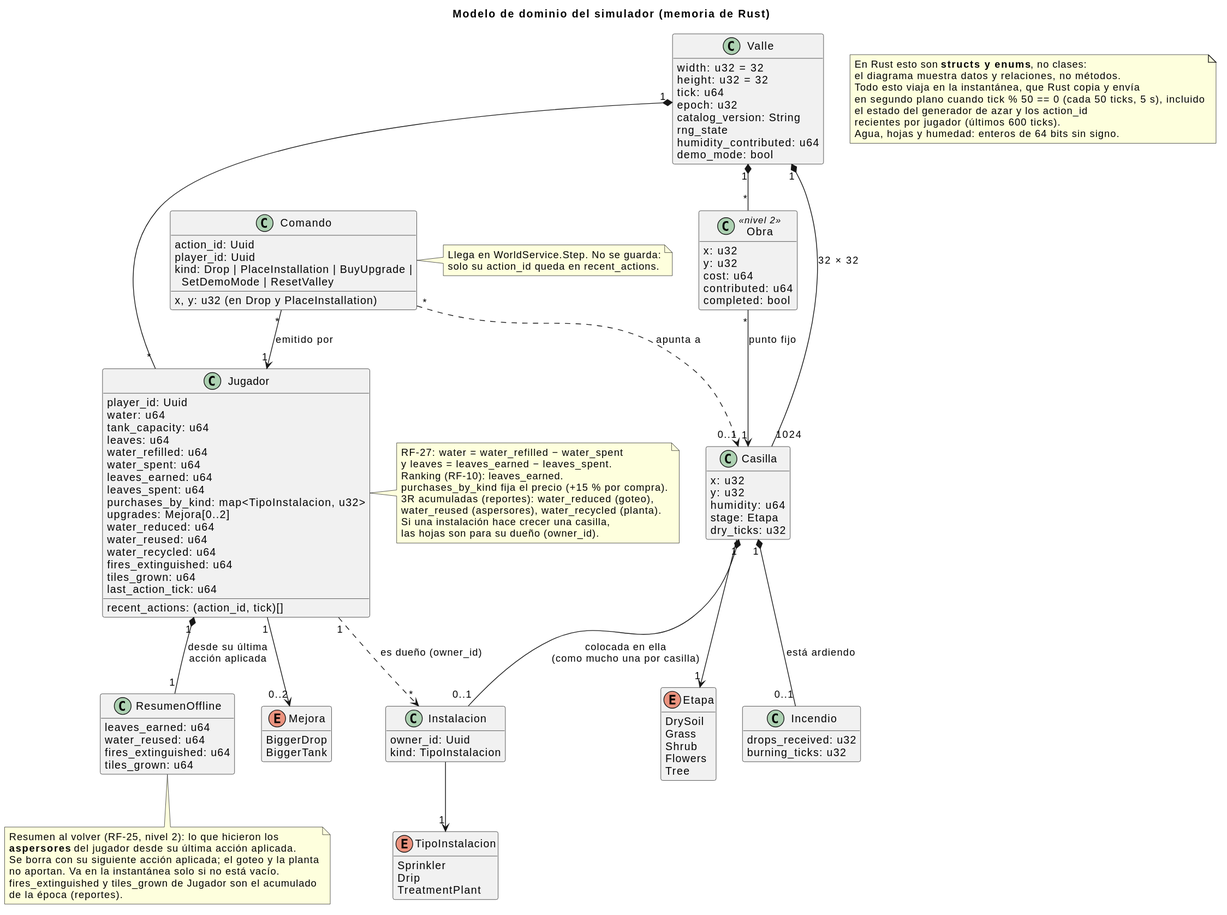
This is docs/diagrams/06-dominio-simulador.svg from iadev2005/hydrovalley, a PlantUML export, as it was before one commit.
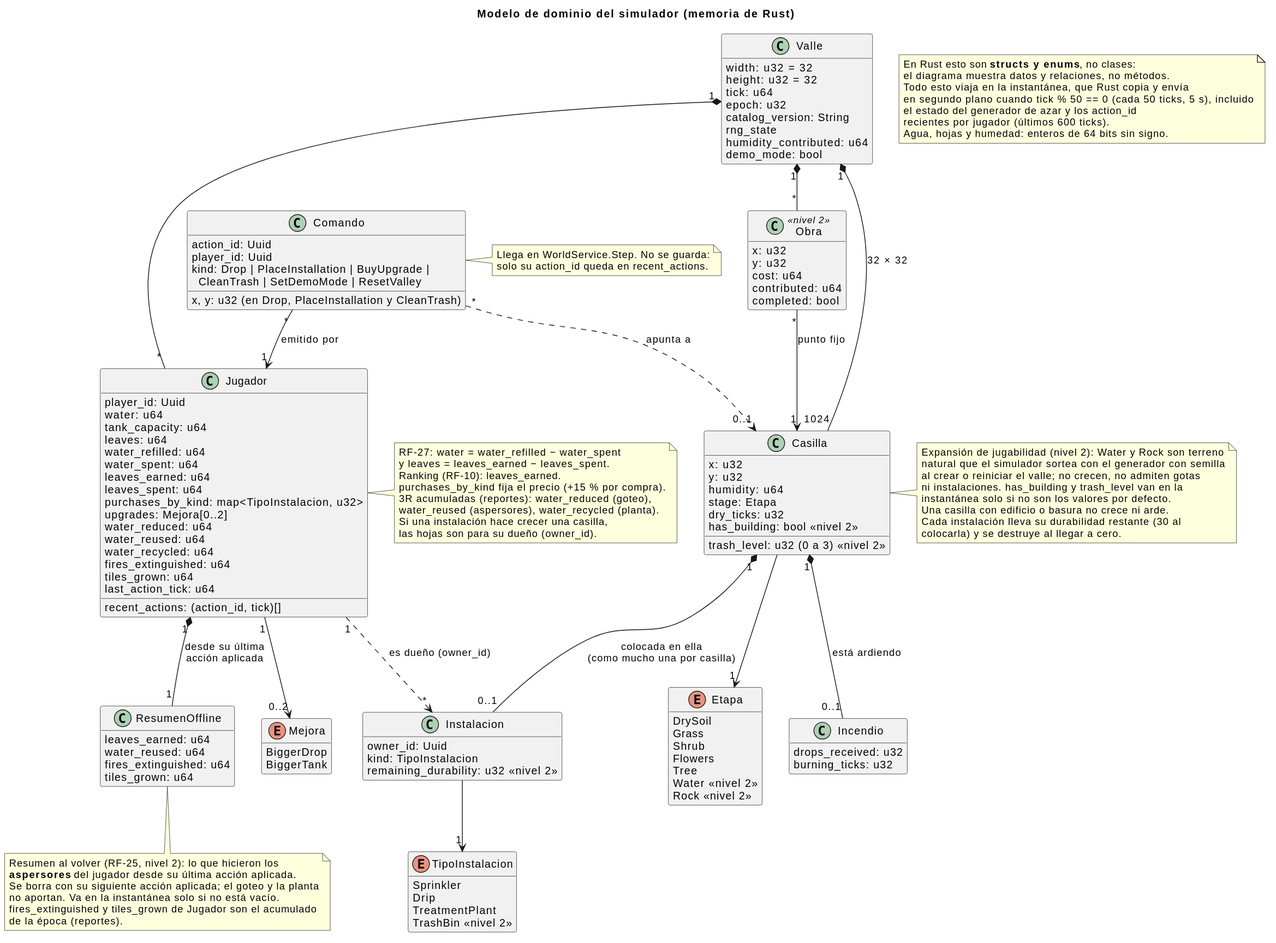
The same diagram one commit later.

Commit message:
docs(diagrams): regenerate the SVGs of diagrams 05 and 06

Change to the diagram source:
```diff
@@ -19,6 +19,8 @@
   humidity: u64
   stage: Etapa
   dry_ticks: u32
+  has_building: bool <<nivel 2>>
+  trash_level: u32 (0 a 3) <<nivel 2>>
 }
 
 enum Etapa {
@@ -27,6 +29,8 @@
   Shrub
   Flowers
   Tree
+  Water <<nivel 2>>
+  Rock <<nivel 2>>
 }
 
 class Jugador {
@@ -59,12 +63,14 @@
 class Instalacion {
   owner_id: Uuid
   kind: TipoInstalacion
+  remaining_durability: u32 <<nivel 2>>
 }
 
 enum TipoInstalacion {
   Sprinkler
   Drip
   TreatmentPlant
+  TrashBin <<nivel 2>>
 }
 
 enum Mejora {
@@ -75,8 +81,8 @@
 class Comando {
   action_id: Uuid
   player_id: Uuid
-  kind: Drop | PlaceInstallation | BuyUpgrade |\n  SetDemoMode | ResetValley
-  x, y: u32 (en Drop y PlaceInstallation)
+  kind: Drop | PlaceInstallation | BuyUpgrade |\n  CleanTrash | SetDemoMode | ResetValley
+  x, y: u32 (en Drop, PlaceInstallation y CleanTrash)
 }
 
 class Incendio {
@@ -136,6 +142,17 @@
   de la época (reportes).
 end note
 
+note right of Casilla
+  Expansión de jugabilidad (nivel 2): Water y Rock son terreno
+  natural que el simulador sortea con el generador con semilla
+  al crear o reiniciar el valle; no crecen, no admiten gotas
+  ni instalaciones. has_building y trash_level van en la
+  instantánea solo si no son los valores por defecto.
+  Una casilla con edificio o basura no crece ni arde.
+  Cada instalación lleva su durabilidad restante (30 al
+  colocarla) y se destruye al llegar a cero.
+end note
+
 note right of Comando
   Llega en WorldService.Step. No se guarda:
   solo su action_id queda en recent_actions.
```
